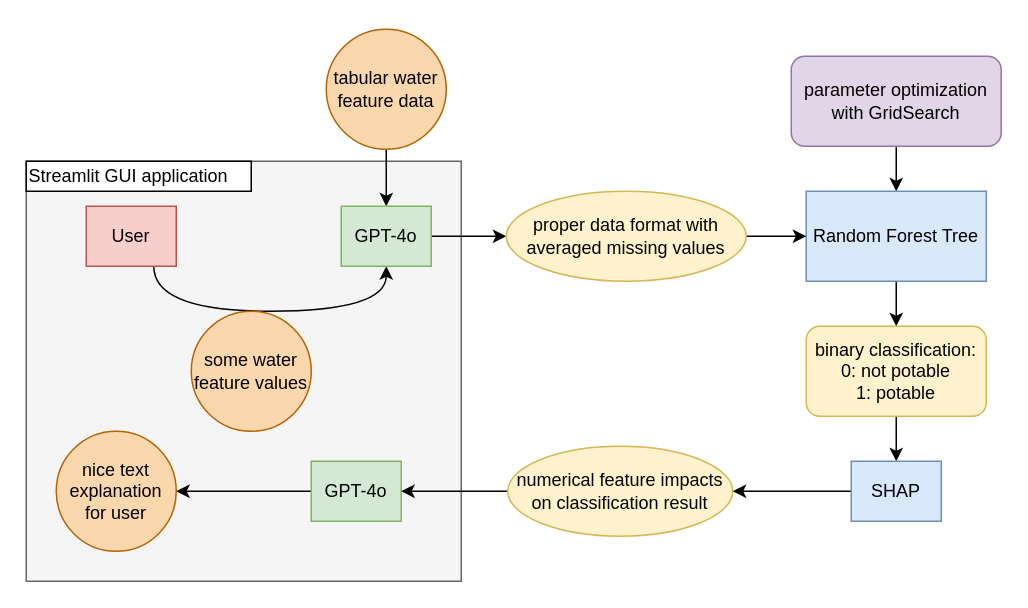
Above: presentation/aml_sketch.drawio in ByteParkouring/fortunate_loan (draw.io), before the change. Source tidied: cells renumbered, new cells numbered last; positions are measured from the earlier drawing's top-left corner, leaving out a move shared by most shapes. Both pictures are drawn from the tidied source at 150%, with x=0, y=0 at pixel (26, 28).
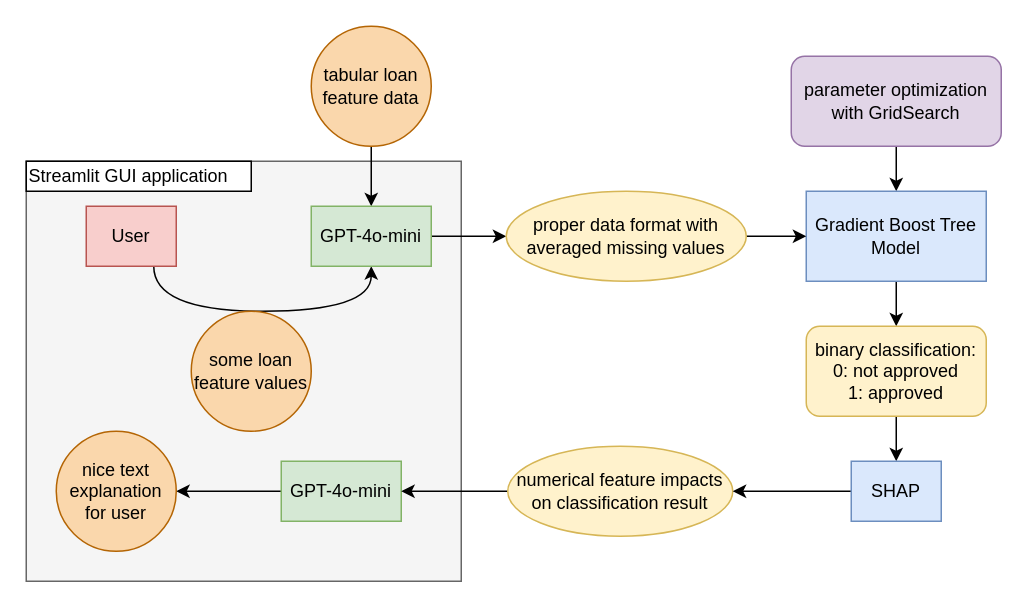
After the change.

The change refers to these unchanged cells:
```xml
<mxCell id="13" value="User" style="rounded=0;whiteSpace=wrap;html=1;fillColor=#f8cecc;strokeColor=#b85450;" parent="1" vertex="1">
  <mxGeometry x="40" y="118" width="60" height="40" as="geometry" />
</mxCell>
```

Change to the diagram source:
```diff
@@
-    <mxCell id="7" value="tabular water feature data" style="ellipse;whiteSpace=wrap;html=1;fillColor=#fad7ac;strokeColor=#b46504;" parent="1" vertex="1">
-      <mxGeometry x="200" width="80" height="80" as="geometry" />
+    <mxCell id="7" value="tabular loan feature data" style="ellipse;whiteSpace=wrap;html=1;fillColor=#fad7ac;strokeColor=#b46504;" parent="1" vertex="1">
+      <mxGeometry x="190" y="-2" width="80" height="80" as="geometry" />
     </mxCell>
@@
-    <mxCell id="9" value="Random Forest Tree" style="rounded=0;whiteSpace=wrap;html=1;fillColor=#dae8fc;strokeColor=#6c8ebf;" parent="1" vertex="1">
+    <mxCell id="9" value="Gradient Boost Tree Model" style="rounded=0;whiteSpace=wrap;html=1;fillColor=#dae8fc;strokeColor=#6c8ebf;" parent="1" vertex="1">
       <mxGeometry x="520" y="108" width="120" height="60" as="geometry" />
     </mxCell>
@@
-    <mxCell id="11" value="binary classification:&lt;br&gt;0: not potable&lt;br&gt;1: potable" style="rounded=1;whiteSpace=wrap;html=1;fillColor=#fff2cc;strokeColor=#d6b656;" parent="1" vertex="1">
+    <mxCell id="11" value="binary classification:&lt;br&gt;0: not approved&lt;br&gt;1: approved" style="rounded=1;whiteSpace=wrap;html=1;fillColor=#fff2cc;strokeColor=#d6b656;" parent="1" vertex="1">
       <mxGeometry x="520" y="198" width="120" height="60" as="geometry" />
     </mxCell>
     <mxCell id="12" style="edgeStyle=orthogonalEdgeStyle;rounded=0;jettySize=auto;html=1;exitX=0.75;exitY=1;exitDx=0;exitDy=0;entryX=0.5;entryY=1;entryDx=0;entryDy=0;curved=1;" parent="1" edge="1" source="13" target="15">
       <mxGeometry relative="1" as="geometry">
         <Array as="points">
           <mxPoint x="85" y="188" />
-          <mxPoint x="240" y="188" />
+          <mxPoint x="230" y="188" />
         </Array>
       </mxGeometry>
     </mxCell>
@@
-    <mxCell id="15" value="GPT-4o" style="rounded=0;whiteSpace=wrap;html=1;fillColor=#d5e8d4;strokeColor=#82b366;" parent="1" vertex="1">
-      <mxGeometry x="210" y="118" width="60" height="40" as="geometry" />
+    <mxCell id="15" value="GPT-4o-mini" style="rounded=0;whiteSpace=wrap;html=1;fillColor=#d5e8d4;strokeColor=#82b366;" parent="1" vertex="1">
+      <mxGeometry x="190" y="118" width="80" height="40" as="geometry" />
     </mxCell>
-    <mxCell id="16" value="some water&lt;br&gt;feature values" style="ellipse;whiteSpace=wrap;html=1;fillColor=#fad7ac;strokeColor=#b46504;" parent="1" vertex="1">
+    <mxCell id="16" value="some loan&lt;br&gt;feature values" style="ellipse;whiteSpace=wrap;html=1;fillColor=#fad7ac;strokeColor=#b46504;" parent="1" vertex="1">
       <mxGeometry x="110" y="188" width="80" height="80" as="geometry" />
     </mxCell>
@@
-    <mxCell id="20" value="GPT-4o" style="rounded=0;whiteSpace=wrap;html=1;fillColor=#d5e8d4;strokeColor=#82b366;" parent="1" vertex="1">
-      <mxGeometry x="190" y="288" width="60" height="40" as="geometry" />
+    <mxCell id="20" value="GPT-4o-mini" style="rounded=0;whiteSpace=wrap;html=1;fillColor=#d5e8d4;strokeColor=#82b366;" parent="1" vertex="1">
+      <mxGeometry x="170" y="288" width="80" height="40" as="geometry" />
     </mxCell>
```
